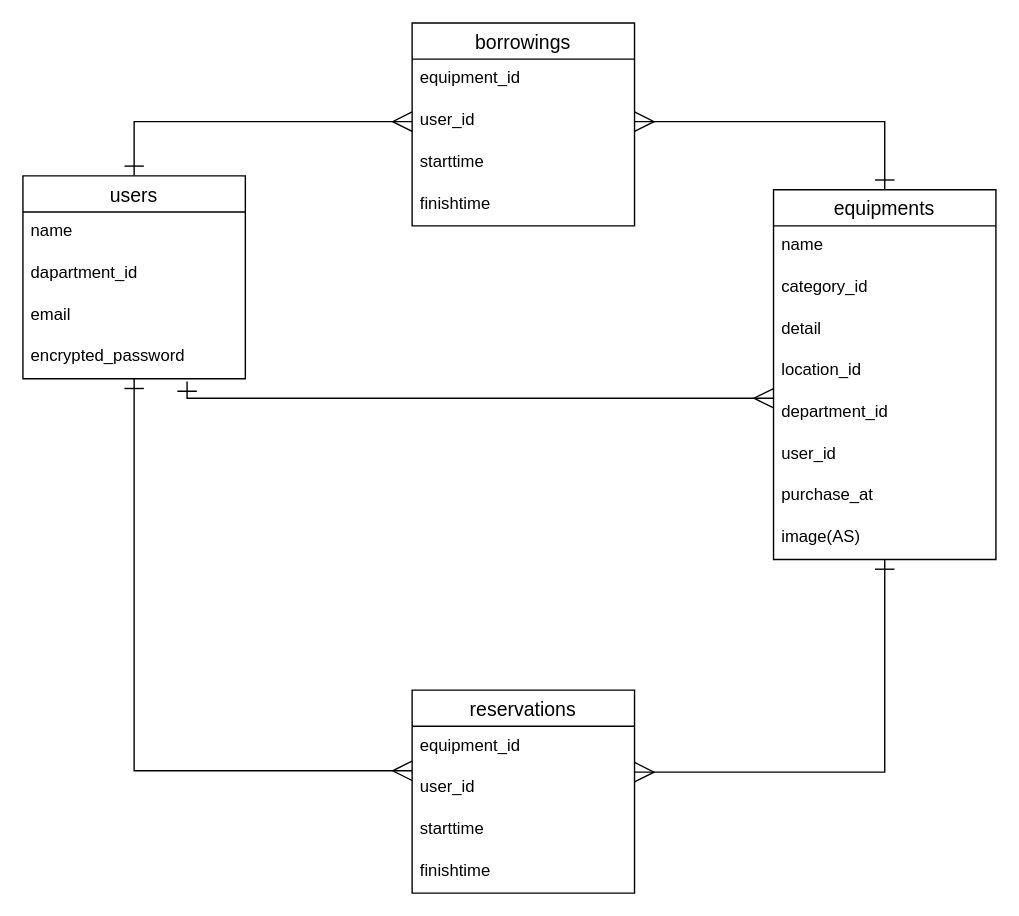
mittz333/damatt-app keeps this draw.io diagram as ER.dio. Above is the earlier version. Source tidied: cells renumbered, new cells numbered last; positions are measured from the earlier drawing's top-left corner, leaving out a move shared by most shapes. Both pictures are drawn from the tidied source at 139%, with x=0, y=0 at pixel (22, 22).
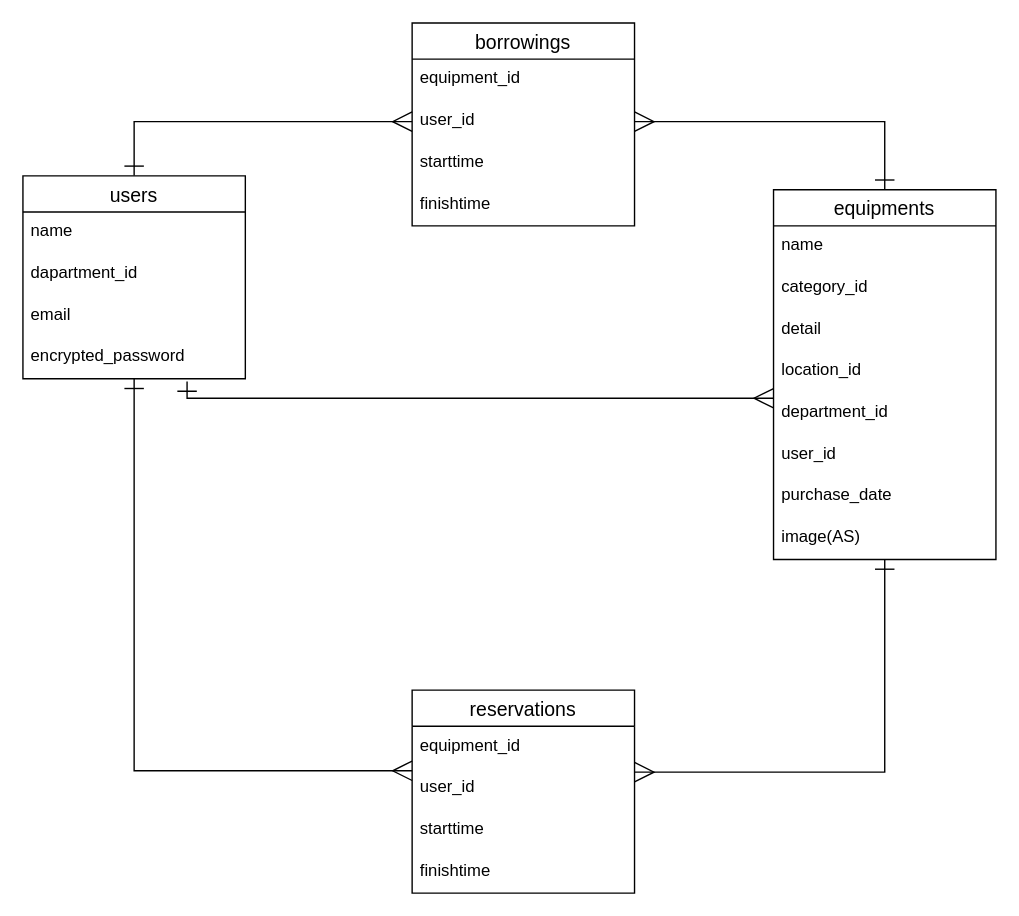
Above is the later version.

Commit message:
Equipmentモデルの作成

Unchanged cells that the change refers to:
```xml
<mxCell id="12" value="equipments" style="swimlane;fontStyle=0;horizontal=1;startSize=26;align=center;fontSize=14;" parent="1" vertex="1">
  <mxGeometry x="540" y="120" width="160" height="266" as="geometry" />
</mxCell>
```

Change to the diagram source:
```diff
@@
-    <mxCell id="19" value="purchase_at" style="text;strokeColor=none;fillColor=none;spacingLeft=4;spacingRight=4;overflow=hidden;fontSize=12;" parent="12" vertex="1">
+    <mxCell id="19" value="purchase_date" style="text;strokeColor=none;fillColor=none;spacingLeft=4;spacingRight=4;overflow=hidden;fontSize=12;" parent="12" vertex="1">
       <mxGeometry y="206" width="160" height="30" as="geometry" />
     </mxCell>
```
